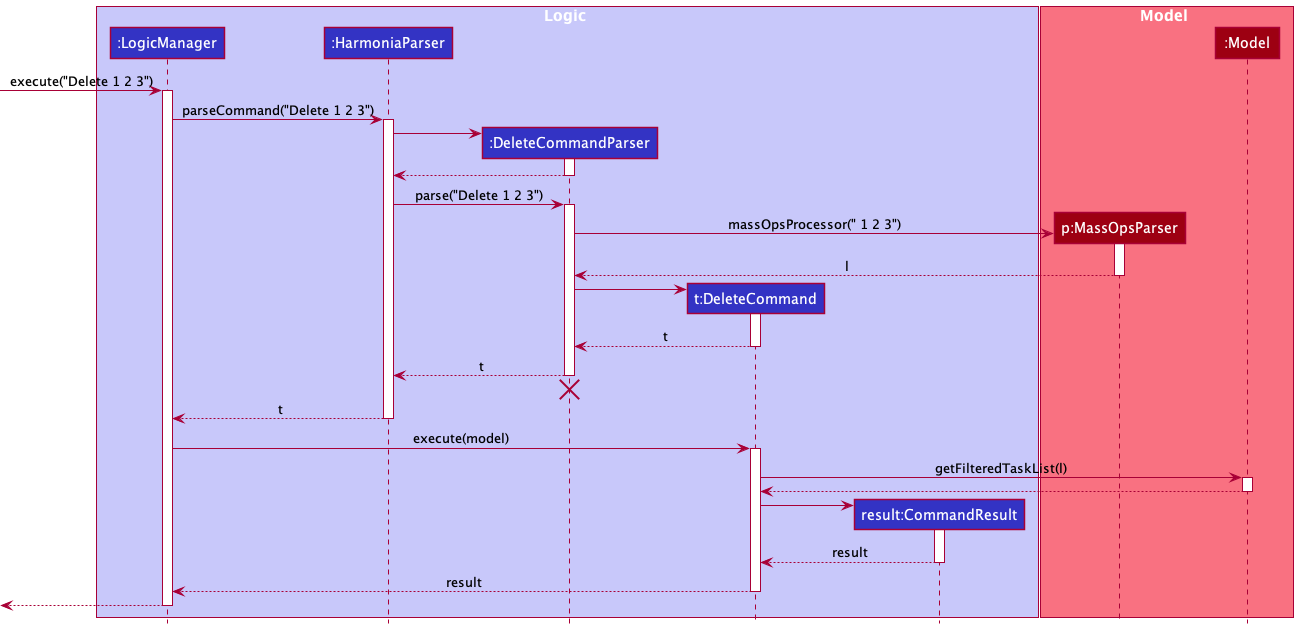
Above: docs/images/MassOpsDelete.png in sbhbenjamin/tp (PlantUML), before the change.
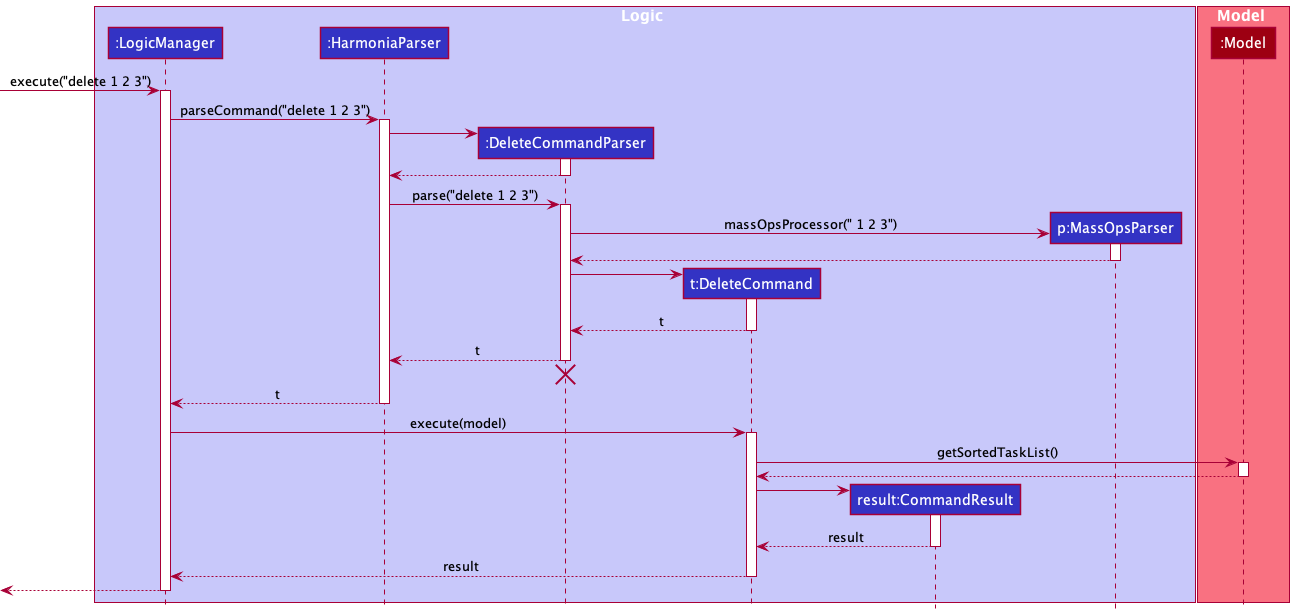
Later version of the same file.

Change to the diagram source:
```diff
@@ -7,17 +7,17 @@
  participant ":DeleteCommandParser" as DeleteCommandParser LOGIC_COLOR
  participant "t:DeleteCommand" as DeleteCommand LOGIC_COLOR
  participant "result:CommandResult" as CommandResult LOGIC_COLOR
+  participant "p:MassOpsParser" as MassOpsParser LOGIC_COLOR
  end box
 
  box Model MODEL_COLOR_T1
- participant "p:MassOpsParser" as MassOpsParser MODEL_COLOR
  participant ":Model" as Model MODEL_COLOR
  end box
 
- [-> LogicManager : execute("Delete 1 2 3")
+ [-> LogicManager : execute("delete 1 2 3")
  activate LogicManager
 
- LogicManager -> HarmoniaParser : parseCommand("Delete 1 2 3")
+ LogicManager -> HarmoniaParser : parseCommand("delete 1 2 3")
  activate HarmoniaParser
 
  create DeleteCommandParser
@@ -27,14 +27,14 @@
  DeleteCommandParser --> HarmoniaParser
  deactivate DeleteCommandParser
 
- HarmoniaParser -> DeleteCommandParser : parse("Delete 1 2 3")
+ HarmoniaParser -> DeleteCommandParser : parse("delete 1 2 3")
  activate DeleteCommandParser
 
  create MassOpsParser
  DeleteCommandParser -> MassOpsParser : massOpsProcessor(" 1 2 3")
  activate MassOpsParser
 
- MassOpsParser --> DeleteCommandParser : l
+ MassOpsParser --> DeleteCommandParser
  deactivate MassOpsParser
 
  create DeleteCommand
@@ -55,7 +55,7 @@
  LogicManager -> DeleteCommand : execute(model)
  activate DeleteCommand
 
- DeleteCommand -> Model : getFilteredTaskList(l)
+ DeleteCommand -> Model : getSortedTaskList()
  activate Model
 
  Model --> DeleteCommand
```
